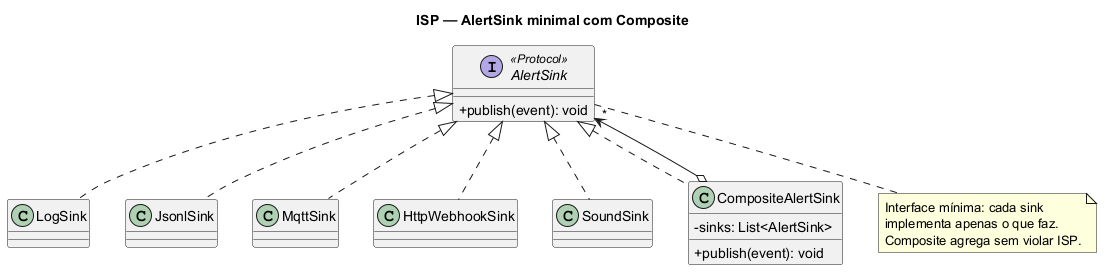
This is docs/article-solid/diagrams/png/05-isp-alert-sinks.png from luixsouza/driver-fatigue-detector, a PlantUML export, as it was before one commit.
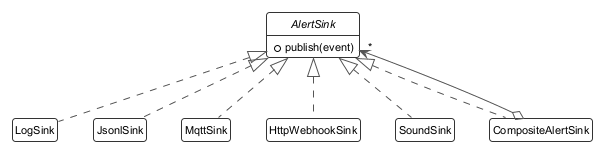
The same diagram one commit later.

Diff of the diagram source:
```diff
@@ -1,23 +1,24 @@
 @startuml
-title ISP — AlertSink minimal com Composite
+!theme plain
+skinparam shadowing false
+skinparam roundCorner 6
+skinparam defaultFontName "Helvetica"
+skinparam defaultFontSize 11
+skinparam ArrowColor #555555
+skinparam ClassBackgroundColor #FFFFFF
+skinparam ClassBorderColor #333333
+hide circle
+hide empty members
 
-skinparam classAttributeIconSize 0
-skinparam shadowing false
-skinparam defaultFontName "Helvetica"
-
-interface AlertSink <<Protocol>> {
-  +publish(event): void
+interface AlertSink {
+  +publish(event)
 }
-
 class LogSink
 class JsonlSink
 class MqttSink
 class HttpWebhookSink
 class SoundSink
-class CompositeAlertSink {
-  -sinks: List<AlertSink>
-  +publish(event): void
-}
+class CompositeAlertSink
 
 AlertSink <|.. LogSink
 AlertSink <|.. JsonlSink
@@ -25,13 +26,5 @@
 AlertSink <|.. HttpWebhookSink
 AlertSink <|.. SoundSink
 AlertSink <|.. CompositeAlertSink
-
 CompositeAlertSink o--> "*" AlertSink
-
-note bottom of AlertSink
-  Interface mínima: cada sink
-  implementa apenas o que faz.
-  Composite agrega sem violar ISP.
-end note
-
 @enduml
```
